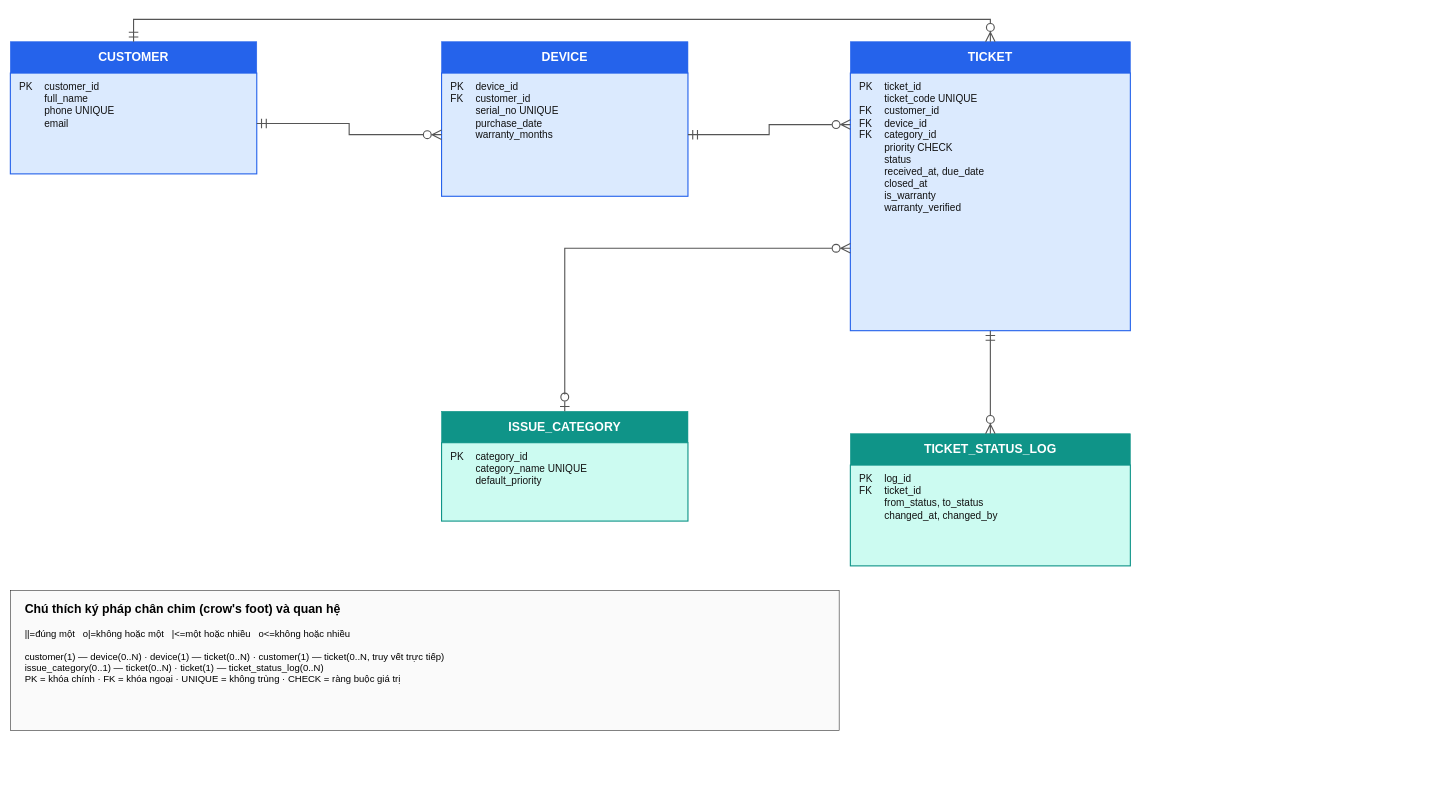
This is docs/erd.drawio from doanxuantien2374802010493/smartcrm-2374802010493-tiep-nhan-bao-hanh, a draw.io file, before an edit. Source tidied: cells renumbered, new cells numbered last; positions are measured from the earlier drawing's top-left corner, leaving out a move shared by most shapes. Both pictures are drawn from the tidied source at 56%, with x=0, y=0 at pixel (10, 19).
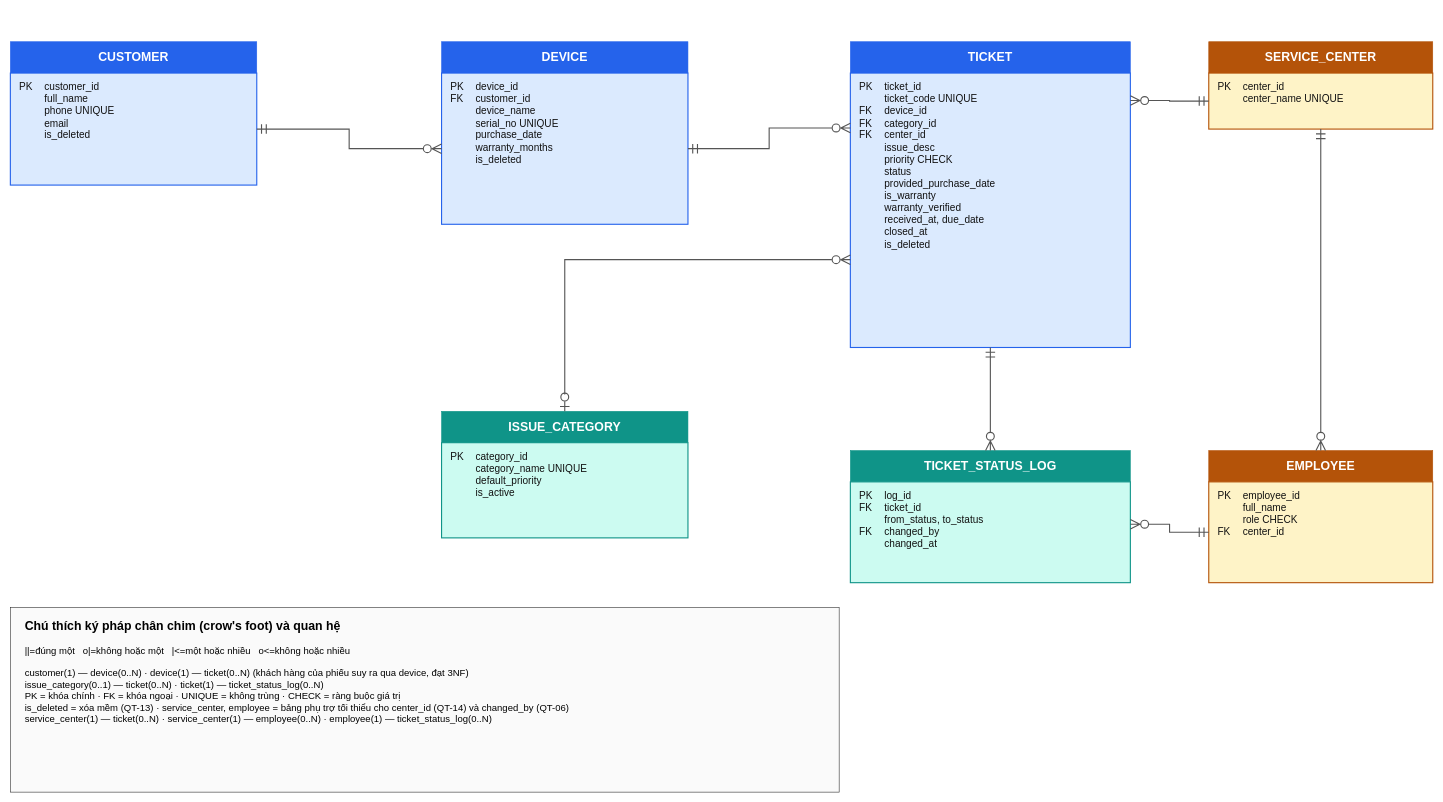
The same diagram, later.

The change refers to these unchanged cells:
```xml
<mxCell id="2" value="CUSTOMER" style="rounded=0;whiteSpace=wrap;html=1;fillColor=#2563EB;strokeColor=#2563EB;fontColor=#FFFFFF;fontSize=22;fontStyle=1;align=center;" parent="1" vertex="1">
  <mxGeometry y="40" width="440" height="56" as="geometry" />
</mxCell>
<mxCell id="6" value="TICKET" style="rounded=0;whiteSpace=wrap;html=1;fillColor=#2563EB;strokeColor=#2563EB;fontColor=#FFFFFF;fontSize=22;fontStyle=1;align=center;" parent="1" vertex="1">
  <mxGeometry x="1500" y="40" width="500" height="56" as="geometry" />
</mxCell>
<mxCell id="8" value="ISSUE_CATEGORY" style="rounded=0;whiteSpace=wrap;html=1;fillColor=#0F9488;strokeColor=#0F9488;fontColor=#FFFFFF;fontSize=22;fontStyle=1;align=center;" parent="1" vertex="1">
  <mxGeometry x="770" y="700" width="440" height="56" as="geometry" />
</mxCell>
```

The edit, as a diff of the source:
```diff
@@
-    <mxCell id="3" value="&lt;span style='display:inline-block;width:40px'&gt;PK&lt;/span&gt; customer_id&lt;br&gt;&lt;span style='display:inline-block;width:40px'&gt;&lt;/span&gt; full_name&lt;br&gt;&lt;span style='display:inline-block;width:40px'&gt;&lt;/span&gt; phone UNIQUE&lt;br&gt;&lt;span style='display:inline-block;width:40px'&gt;&lt;/span&gt; email" style="rounded=0;whiteSpace=wrap;html=1;fillColor=#DBEAFE;strokeColor=#2563EB;strokeWidth=2;fontSize=18;align=left;verticalAlign=top;spacingLeft=14;spacingTop=8;fontColor=#111111;" parent="1" vertex="1">
-      <mxGeometry y="96" width="440" height="180" as="geometry" />
+    <mxCell id="3" value="&lt;span style='display:inline-block;width:40px'&gt;PK&lt;/span&gt; customer_id&lt;br&gt;&lt;span style='display:inline-block;width:40px'&gt;&lt;/span&gt; full_name&lt;br&gt;&lt;span style='display:inline-block;width:40px'&gt;&lt;/span&gt; phone UNIQUE&lt;br&gt;&lt;span style='display:inline-block;width:40px'&gt;&lt;/span&gt; email&lt;br&gt;&lt;span style='display:inline-block;width:40px'&gt;&lt;/span&gt; is_deleted" style="rounded=0;whiteSpace=wrap;html=1;fillColor=#DBEAFE;strokeColor=#2563EB;strokeWidth=2;fontSize=18;align=left;verticalAlign=top;spacingLeft=14;spacingTop=8;fontColor=#111111;" parent="1" vertex="1">
+      <mxGeometry y="96" width="440" height="200" as="geometry" />
     </mxCell>
@@
-    <mxCell id="5" value="&lt;span style='display:inline-block;width:40px'&gt;PK&lt;/span&gt; device_id&lt;br&gt;&lt;span style='display:inline-block;width:40px'&gt;FK&lt;/span&gt; customer_id&lt;br&gt;&lt;span style='display:inline-block;width:40px'&gt;&lt;/span&gt; serial_no UNIQUE&lt;br&gt;&lt;span style='display:inline-block;width:40px'&gt;&lt;/span&gt; purchase_date&lt;br&gt;&lt;span style='display:inline-block;width:40px'&gt;&lt;/span&gt; warranty_months" style="rounded=0;whiteSpace=wrap;html=1;fillColor=#DBEAFE;strokeColor=#2563EB;strokeWidth=2;fontSize=18;align=left;verticalAlign=top;spacingLeft=14;spacingTop=8;fontColor=#111111;" parent="1" vertex="1">
-      <mxGeometry x="770" y="96" width="440" height="220" as="geometry" />
+    <mxCell id="5" value="&lt;span style='display:inline-block;width:40px'&gt;PK&lt;/span&gt; device_id&lt;br&gt;&lt;span style='display:inline-block;width:40px'&gt;FK&lt;/span&gt; customer_id&lt;br&gt;&lt;span style='display:inline-block;width:40px'&gt;&lt;/span&gt; device_name&lt;br&gt;&lt;span style='display:inline-block;width:40px'&gt;&lt;/span&gt; serial_no UNIQUE&lt;br&gt;&lt;span style='display:inline-block;width:40px'&gt;&lt;/span&gt; purchase_date&lt;br&gt;&lt;span style='display:inline-block;width:40px'&gt;&lt;/span&gt; warranty_months&lt;br&gt;&lt;span style='display:inline-block;width:40px'&gt;&lt;/span&gt; is_deleted" style="rounded=0;whiteSpace=wrap;html=1;fillColor=#DBEAFE;strokeColor=#2563EB;strokeWidth=2;fontSize=18;align=left;verticalAlign=top;spacingLeft=14;spacingTop=8;fontColor=#111111;" parent="1" vertex="1">
+      <mxGeometry x="770" y="96" width="440" height="270" as="geometry" />
     </mxCell>
@@
-    <mxCell id="7" value="&lt;span style='display:inline-block;width:40px'&gt;PK&lt;/span&gt; ticket_id&lt;br&gt;&lt;span style='display:inline-block;width:40px'&gt;&lt;/span&gt; ticket_code UNIQUE&lt;br&gt;&lt;span style='display:inline-block;width:40px'&gt;FK&lt;/span&gt; customer_id&lt;br&gt;&lt;span style='display:inline-block;width:40px'&gt;FK&lt;/span&gt; device_id&lt;br&gt;&lt;span style='display:inline-block;width:40px'&gt;FK&lt;/span&gt; category_id&lt;br&gt;&lt;span style='display:inline-block;width:40px'&gt;&lt;/span&gt; priority CHECK&lt;br&gt;&lt;span style='display:inline-block;width:40px'&gt;&lt;/span&gt; status&lt;br&gt;&lt;span style='display:inline-block;width:40px'&gt;&lt;/span&gt; received_at, due_date&lt;br&gt;&lt;span style='display:inline-block;width:40px'&gt;&lt;/span&gt; closed_at&lt;br&gt;&lt;span style='display:inline-block;width:40px'&gt;&lt;/span&gt; is_warranty&lt;br&gt;&lt;span style='display:inline-block;width:40px'&gt;&lt;/span&gt; warranty_verified" style="rounded=0;whiteSpace=wrap;html=1;fillColor=#DBEAFE;strokeColor=#2563EB;strokeWidth=2;fontSize=18;align=left;verticalAlign=top;spacingLeft=14;spacingTop=8;fontColor=#111111;" parent="1" vertex="1">
-      <mxGeometry x="1500" y="96" width="500" height="460" as="geometry" />
+    <mxCell id="7" value="&lt;span style='display:inline-block;width:40px'&gt;PK&lt;/span&gt; ticket_id&lt;br&gt;&lt;span style='display:inline-block;width:40px'&gt;&lt;/span&gt; ticket_code UNIQUE&lt;br&gt;&lt;span style='display:inline-block;width:40px'&gt;FK&lt;/span&gt; device_id&lt;br&gt;&lt;span style='display:inline-block;width:40px'&gt;FK&lt;/span&gt; category_id&lt;br&gt;&lt;span style='display:inline-block;width:40px'&gt;FK&lt;/span&gt; center_id&lt;br&gt;&lt;span style='display:inline-block;width:40px'&gt;&lt;/span&gt; issue_desc&lt;br&gt;&lt;span style='display:inline-block;width:40px'&gt;&lt;/span&gt; priority CHECK&lt;br&gt;&lt;span style='display:inline-block;width:40px'&gt;&lt;/span&gt; status&lt;br&gt;&lt;span style='display:inline-block;width:40px'&gt;&lt;/span&gt; provided_purchase_date&lt;br&gt;&lt;span style='display:inline-block;width:40px'&gt;&lt;/span&gt; is_warranty&lt;br&gt;&lt;span style='display:inline-block;width:40px'&gt;&lt;/span&gt; warranty_verified&lt;br&gt;&lt;span style='display:inline-block;width:40px'&gt;&lt;/span&gt; received_at, due_date&lt;br&gt;&lt;span style='display:inline-block;width:40px'&gt;&lt;/span&gt; closed_at&lt;br&gt;&lt;span style='display:inline-block;width:40px'&gt;&lt;/span&gt; is_deleted" style="rounded=0;whiteSpace=wrap;html=1;fillColor=#DBEAFE;strokeColor=#2563EB;strokeWidth=2;fontSize=18;align=left;verticalAlign=top;spacingLeft=14;spacingTop=8;fontColor=#111111;" parent="1" vertex="1">
+      <mxGeometry x="1500" y="96" width="500" height="490" as="geometry" />
     </mxCell>
@@
-    <mxCell id="9" value="&lt;span style='display:inline-block;width:40px'&gt;PK&lt;/span&gt; category_id&lt;br&gt;&lt;span style='display:inline-block;width:40px'&gt;&lt;/span&gt; category_name UNIQUE&lt;br&gt;&lt;span style='display:inline-block;width:40px'&gt;&lt;/span&gt; default_priority" style="rounded=0;whiteSpace=wrap;html=1;fillColor=#CCFBF1;strokeColor=#0F9488;strokeWidth=2;fontSize=18;align=left;verticalAlign=top;spacingLeft=14;spacingTop=8;fontColor=#111111;" parent="1" vertex="1">
-      <mxGeometry x="770" y="756" width="440" height="140" as="geometry" />
+    <mxCell id="9" value="&lt;span style='display:inline-block;width:40px'&gt;PK&lt;/span&gt; category_id&lt;br&gt;&lt;span style='display:inline-block;width:40px'&gt;&lt;/span&gt; category_name UNIQUE&lt;br&gt;&lt;span style='display:inline-block;width:40px'&gt;&lt;/span&gt; default_priority&lt;br&gt;&lt;span style='display:inline-block;width:40px'&gt;&lt;/span&gt; is_active" style="rounded=0;whiteSpace=wrap;html=1;fillColor=#CCFBF1;strokeColor=#0F9488;strokeWidth=2;fontSize=18;align=left;verticalAlign=top;spacingLeft=14;spacingTop=8;fontColor=#111111;" parent="1" vertex="1">
+      <mxGeometry x="770" y="756" width="440" height="170" as="geometry" />
     </mxCell>
     <mxCell id="10" value="TICKET_STATUS_LOG" style="rounded=0;whiteSpace=wrap;html=1;fillColor=#0F9488;strokeColor=#0F9488;fontColor=#FFFFFF;fontSize=22;fontStyle=1;align=center;" parent="1" vertex="1">
-      <mxGeometry x="1500" y="740" width="500" height="56" as="geometry" />
+      <mxGeometry x="1500" y="770" width="500" height="56" as="geometry" />
     </mxCell>
-    <mxCell id="11" value="&lt;span style='display:inline-block;width:40px'&gt;PK&lt;/span&gt; log_id&lt;br&gt;&lt;span style='display:inline-block;width:40px'&gt;FK&lt;/span&gt; ticket_id&lt;br&gt;&lt;span style='display:inline-block;width:40px'&gt;&lt;/span&gt; from_status, to_status&lt;br&gt;&lt;span style='display:inline-block;width:40px'&gt;&lt;/span&gt; changed_at, changed_by" style="rounded=0;whiteSpace=wrap;html=1;fillColor=#CCFBF1;strokeColor=#0F9488;strokeWidth=2;fontSize=18;align=left;verticalAlign=top;spacingLeft=14;spacingTop=8;fontColor=#111111;" parent="1" vertex="1">
-      <mxGeometry x="1500" y="796" width="500" height="180" as="geometry" />
+    <mxCell id="11" value="&lt;span style='display:inline-block;width:40px'&gt;PK&lt;/span&gt; log_id&lt;br&gt;&lt;span style='display:inline-block;width:40px'&gt;FK&lt;/span&gt; ticket_id&lt;br&gt;&lt;span style='display:inline-block;width:40px'&gt;&lt;/span&gt; from_status, to_status&lt;br&gt;&lt;span style='display:inline-block;width:40px'&gt;FK&lt;/span&gt; changed_by&lt;br&gt;&lt;span style='display:inline-block;width:40px'&gt;&lt;/span&gt; changed_at" style="rounded=0;whiteSpace=wrap;html=1;fillColor=#CCFBF1;strokeColor=#0F9488;strokeWidth=2;fontSize=18;align=left;verticalAlign=top;spacingLeft=14;spacingTop=8;fontColor=#111111;" parent="1" vertex="1">
+      <mxGeometry x="1500" y="826" width="500" height="180" as="geometry" />
     </mxCell>
@@
-    <mxCell id="14" style="edgeStyle=orthogonalEdgeStyle;rounded=0;html=1;startArrow=ERmandOne;endArrow=ERzeroToMany;startFill=0;endFill=0;startSize=14;endSize=14;strokeWidth=2;strokeColor=#555555;exitX=0.5;exitY=0;entryX=0.5;entryY=0;" parent="1" edge="1" source="2" target="6">
-      <mxGeometry relative="1" as="geometry">
-        <Array as="points">
-          <mxPoint x="220" />
-          <mxPoint x="1750" />
-        </Array>
-      </mxGeometry>
-    </mxCell>
     <mxCell id="15" style="edgeStyle=orthogonalEdgeStyle;rounded=0;html=1;startArrow=ERzeroToOne;endArrow=ERzeroToMany;startFill=0;endFill=0;startSize=14;endSize=14;strokeWidth=2;strokeColor=#555555;exitX=0.5;exitY=0;entryX=0;entryY=0.68;" parent="1" edge="1" source="8" target="7">
       <mxGeometry relative="1" as="geometry">
         <Array as="points">
           <mxPoint x="990" y="670" />
-          <mxPoint x="990" y="470" />
+          <mxPoint x="990" y="429" />
         </Array>
       </mxGeometry>
     </mxCell>
@@
+    <mxCell id="18" value="SERVICE_CENTER" style="rounded=0;whiteSpace=wrap;html=1;fillColor=#B45309;strokeColor=#B45309;fontColor=#FFFFFF;fontSize=22;fontStyle=1;align=center;" parent="1" vertex="1">
+      <mxGeometry x="2140" y="40" width="400" height="56" as="geometry" />
+    </mxCell>
+    <mxCell id="19" value="&lt;span style='display:inline-block;width:40px'&gt;PK&lt;/span&gt; center_id&lt;br&gt;&lt;span style='display:inline-block;width:40px'&gt;&lt;/span&gt; center_name UNIQUE" style="rounded=0;whiteSpace=wrap;html=1;fillColor=#FEF3C7;strokeColor=#B45309;strokeWidth=2;fontSize=18;align=left;verticalAlign=top;spacingLeft=14;spacingTop=8;fontColor=#111111;" parent="1" vertex="1">
+      <mxGeometry x="2140" y="96" width="400" height="100" as="geometry" />
+    </mxCell>
+    <mxCell id="20" value="EMPLOYEE" style="rounded=0;whiteSpace=wrap;html=1;fillColor=#B45309;strokeColor=#B45309;fontColor=#FFFFFF;fontSize=22;fontStyle=1;align=center;" parent="1" vertex="1">
+      <mxGeometry x="2140" y="770" width="400" height="56" as="geometry" />
+    </mxCell>
+    <mxCell id="21" value="&lt;span style='display:inline-block;width:40px'&gt;PK&lt;/span&gt; employee_id&lt;br&gt;&lt;span style='display:inline-block;width:40px'&gt;&lt;/span&gt; full_name&lt;br&gt;&lt;span style='display:inline-block;width:40px'&gt;&lt;/span&gt; role CHECK&lt;br&gt;&lt;span style='display:inline-block;width:40px'&gt;FK&lt;/span&gt; center_id" style="rounded=0;whiteSpace=wrap;html=1;fillColor=#FEF3C7;strokeColor=#B45309;strokeWidth=2;fontSize=18;align=left;verticalAlign=top;spacingLeft=14;spacingTop=8;fontColor=#111111;" parent="1" vertex="1">
+      <mxGeometry x="2140" y="826" width="400" height="180" as="geometry" />
+    </mxCell>
+    <mxCell id="22" style="edgeStyle=orthogonalEdgeStyle;rounded=0;html=1;startArrow=ERmandOne;endArrow=ERzeroToMany;startFill=0;endFill=0;startSize=14;endSize=14;strokeWidth=2;strokeColor=#555555;exitX=0;exitY=0.5;entryX=1;entryY=0.1;" parent="1" edge="1" source="19" target="7">
+      <mxGeometry relative="1" as="geometry" />
+    </mxCell>
+    <mxCell id="23" style="edgeStyle=orthogonalEdgeStyle;rounded=0;html=1;startArrow=ERmandOne;endArrow=ERzeroToMany;startFill=0;endFill=0;startSize=14;endSize=14;strokeWidth=2;strokeColor=#555555;exitX=0.5;exitY=1;entryX=0.5;entryY=0;" parent="1" edge="1" source="19" target="20">
+      <mxGeometry relative="1" as="geometry" />
+    </mxCell>
+    <mxCell id="24" style="edgeStyle=orthogonalEdgeStyle;rounded=0;html=1;startArrow=ERmandOne;endArrow=ERzeroToMany;startFill=0;endFill=0;startSize=14;endSize=14;strokeWidth=2;strokeColor=#555555;exitX=0;exitY=0.5;entryX=1;entryY=0.42;" parent="1" edge="1" source="21" target="11">
+      <mxGeometry relative="1" as="geometry" />
+    </mxCell>
-    <mxCell id="17" value="&lt;b style='font-size:22px'&gt;Chú thích ký pháp chân chim (crow's foot) và quan hệ&lt;/b&gt;&lt;br&gt;&lt;br&gt;||=đúng một &amp;nbsp; o|=không hoặc một &amp;nbsp; |&amp;lt;=một hoặc nhiều &amp;nbsp; o&amp;lt;=không hoặc nhiều&lt;br&gt;&lt;br&gt;customer(1) — device(0..N) · device(1) — ticket(0..N) · customer(1) — ticket(0..N, truy vết trực tiếp)&lt;br&gt;issue_category(0..1) — ticket(0..N) · ticket(1) — ticket_status_log(0..N)&lt;br&gt;PK = khóa chính · FK = khóa ngoại · UNIQUE = không trùng · CHECK = ràng buộc giá trị" style="rounded=0;whiteSpace=wrap;html=1;fillColor=#FAFAFA;strokeColor=#222222;fontSize=17;align=left;verticalAlign=top;spacingLeft=24;spacingTop=14;" parent="1" vertex="1">
-      <mxGeometry y="1020" width="1480" height="250" as="geometry" />
+    <mxCell id="17" value="&lt;b style='font-size:22px'&gt;Chú thích ký pháp chân chim (crow's foot) và quan hệ&lt;/b&gt;&lt;br&gt;&lt;br&gt;||=đúng một &amp;nbsp; o|=không hoặc một &amp;nbsp; |&amp;lt;=một hoặc nhiều &amp;nbsp; o&amp;lt;=không hoặc nhiều&lt;br&gt;&lt;br&gt;customer(1) — device(0..N) · device(1) — ticket(0..N) (khách hàng của phiếu suy ra qua device, đạt 3NF)&lt;br&gt;issue_category(0..1) — ticket(0..N) · ticket(1) — ticket_status_log(0..N)&lt;br&gt;PK = khóa chính · FK = khóa ngoại · UNIQUE = không trùng · CHECK = ràng buộc giá trị&lt;br&gt;is_deleted = xóa mềm (QT-13) · service_center, employee = bảng phụ trợ tối thiểu cho center_id (QT-14) và changed_by (QT-06)&lt;br&gt;service_center(1) — ticket(0..N) · service_center(1) — employee(0..N) · employee(1) — ticket_status_log(0..N)" style="rounded=0;whiteSpace=wrap;html=1;fillColor=#FAFAFA;strokeColor=#222222;fontSize=17;align=left;verticalAlign=top;spacingLeft=24;spacingTop=14;" parent="1" vertex="1">
+      <mxGeometry y="1050" width="1480" height="330" as="geometry" />
     </mxCell>
```
